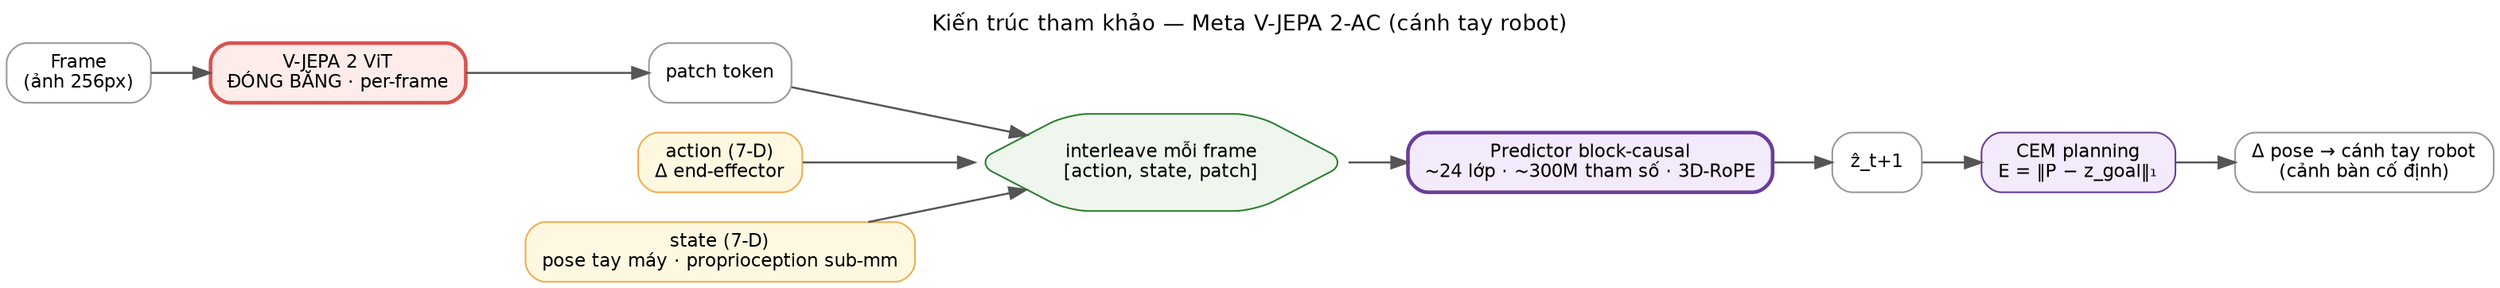
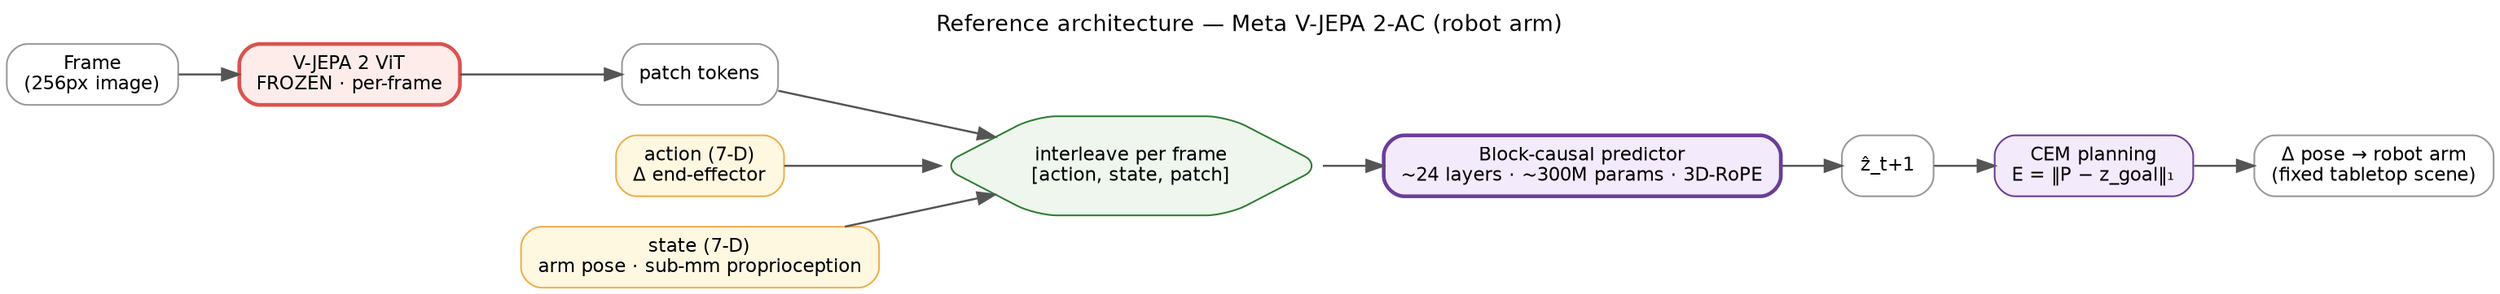
digraph arch_meta {
  rankdir=LR; bgcolor="white"; fontname="DejaVu Sans"; labelloc="t"; fontsize=13;
-   label="Kiến trúc tham khảo — Meta V-JEPA 2-AC (cánh tay robot)";
+   label="Reference architecture — Meta V-JEPA 2-AC (robot arm)";
  node [shape=box, style="rounded,filled", fontname="DejaVu Sans", fontsize=11,
        fillcolor="#ffffff", color="#999999", margin="0.14,0.09"];
  edge [color="#555555", penwidth=1.2];

-   IMG  [label="Frame\n(ảnh 256px)"];
-   ENC  [label="V-JEPA 2 ViT\nĐÓNG BĂNG · per-frame", fillcolor="#fdecea", color="#d9534f", penwidth=2.2];
-   TOK  [label="patch token"];
+   IMG  [label="Frame\n(256px image)"];
+   ENC  [label="V-JEPA 2 ViT\nFROZEN · per-frame", fillcolor="#fdecea", color="#d9534f", penwidth=2.2];
+   TOK  [label="patch tokens"];
  ACT  [label="action (7-D)\nΔ end-effector", fillcolor="#fff8e1", color="#f0ad4e"];
-   ST   [label="state (7-D)\npose tay máy · proprioception sub-mm", fillcolor="#fff8e1", color="#f0ad4e"];
-   GRP  [label="interleave mỗi frame\n[action, state, patch]", shape=hexagon, fillcolor="#eef6ee", color="#2e7d32"];
-   PRED [label="Predictor block-causal\n~24 lớp · ~300M tham số · 3D-RoPE", fillcolor="#f3eafb", color="#6a3d9a", penwidth=2.2];
+   ST   [label="state (7-D)\narm pose · sub-mm proprioception", fillcolor="#fff8e1", color="#f0ad4e"];
+   GRP  [label="interleave per frame\n[action, state, patch]", shape=hexagon, fillcolor="#eef6ee", color="#2e7d32"];
+   PRED [label="Block-causal predictor\n~24 layers · ~300M params · 3D-RoPE", fillcolor="#f3eafb", color="#6a3d9a", penwidth=2.2];
  ZH   [label="ẑ_t+1"];
  CEM  [label="CEM planning\nE = ‖P − z_goal‖₁", fillcolor="#f3eafb", color="#6a3d9a"];
-   OUT  [label="Δ pose → cánh tay robot\n(cảnh bàn cố định)"];
+   OUT  [label="Δ pose → robot arm\n(fixed tabletop scene)"];

  IMG -> ENC -> TOK -> GRP; ACT -> GRP; ST -> GRP; GRP -> PRED -> ZH -> CEM -> OUT;
}
